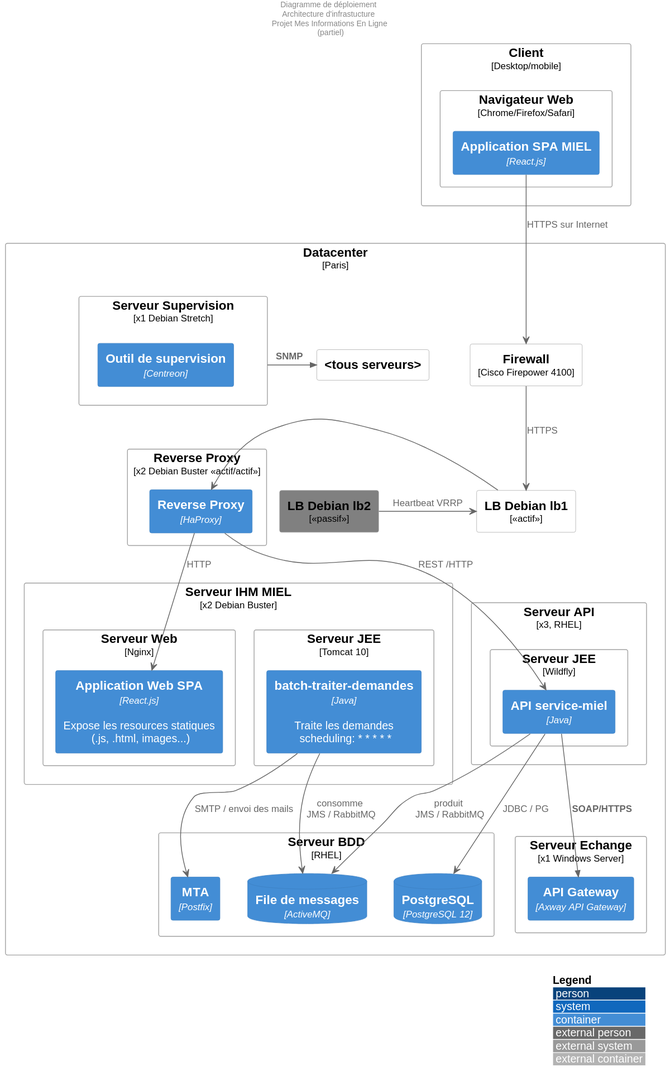
Earlier version of the PlantUML export diagrammes/archi-infra.svg (bflorat/modele-da).
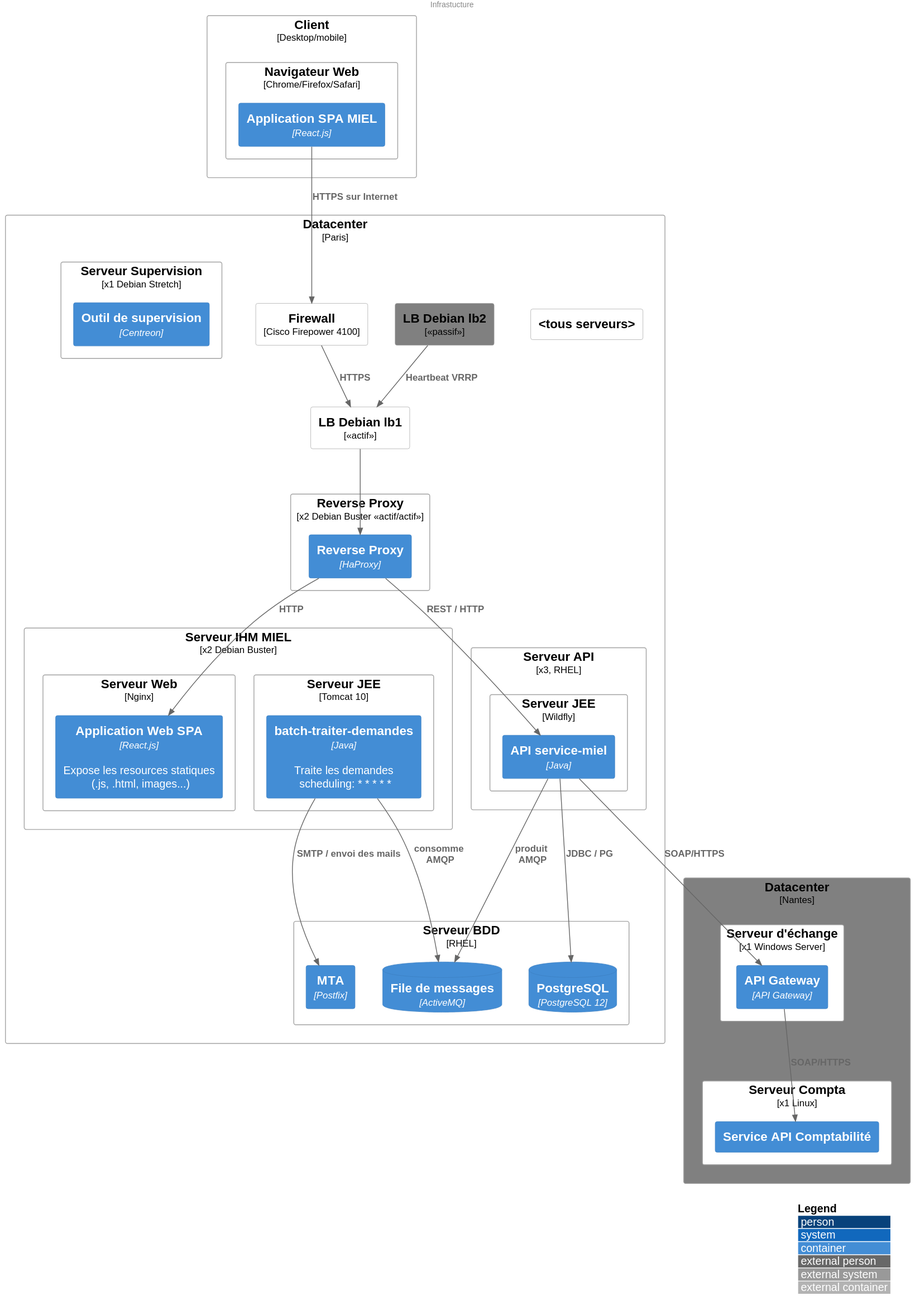
Above is the later version.

Diff of the diagram source:
```diff
@@ -1,10 +1,10 @@
 @startuml
 !include <C4/C4_Deployment>
-header Diagramme de déploiement \nArchitecture d'infrastucture \n Projet Mes Informations En Ligne \n (partiel)
+header Infrastucture
 LAYOUT_WITH_LEGEND()
 
 AddElementTag("passif", $bgColor="grey")
-
+AddElementTag("external", $bgColor="grey")
 
 Node("client","Client","Desktop/mobile"){
   Node("nav1","Navigateur Web","Chrome/Firefox/Safari"){
@@ -24,7 +24,7 @@
 
     Node("serveur_ihm", "Serveur IHM MIEL","x2 Debian Buster") {
       Node("sw1","Serveur Web","Nginx"){
-        Container("ihms1","Application Web SPA","React.js","Expose les resources statiques\n (.js, .html, images...)")
+        Container("guis1","Application Web SPA","React.js","Expose les resources statiques\n (.js, .html, images...)")
       }
       Node("tomcat_batchs1","Serveur JEE","Tomcat 10"){
         Container("batch1","batch-traiter-demandes","Java","Traite les demandes\n scheduling: * * * * *")
@@ -48,22 +48,28 @@
       Container("sup1","Outil de supervision","Centreon")
     }
 
-    Node("ech1","Serveur Echange","x1 Windows Server") {
-      Container("gw1","API Gateway","Axway API Gateway")
+}
+
+Node("administration_b","Datacenter","Nantes",$tags="external"){
+     Node("ech1","Serveur d'échange","x1 Windows Server") {
+      Container("gw1","API Gateway","API Gateway")
     }
 
+    Node("compta","Serveur Compta","x1 Linux") {
+      Container("api_b","Service API Comptabilité","")
+    }
 }
 
-spa --> r2 : HTTPS sur Internet
-r2 --> lb1 : HTTPS
-lb2 -> lb1 : Heartbeat VRRP
-lb1 -> ha1
-ha1 --> ihms1 : HTTP
-api1 --> mq1 : produit\n JMS / RabbitMQ
-batch1 -->  mq1 : consomme\n JMS / RabbitMQ
-api1 -->  pg1 : JDBC / PG
-batch1 -->  mail1 : SMTP / envoi des mails
+Rel("spa", "r2","HTTPS sur Internet")
+Rel("r2","lb1","HTTPS")
+Rel("lb2", "lb1","Heartbeat VRRP")
+Rel("lb1","ha1","")
+Rel("ha1","guis1", "HTTP")
+Rel("api1", "mq1", "produit \n AMQP")
+Rel("batch1","mq1", "consomme \n AMQP")
+Rel("api1", "pg1", "JDBC / PG")
+Rel("batch1", "mail1", "SMTP / envoi des mails")
 Rel("api1","gw1","SOAP/HTTPS")
-ha1 --> api1 : REST /HTTP
-Rel_L("serveur_sup1","tous_serveurs","SNMP")
+Rel("gw1","api_b","SOAP/HTTPS")
+Rel("ha1","api1","REST / HTTP")
 @enduml
```
